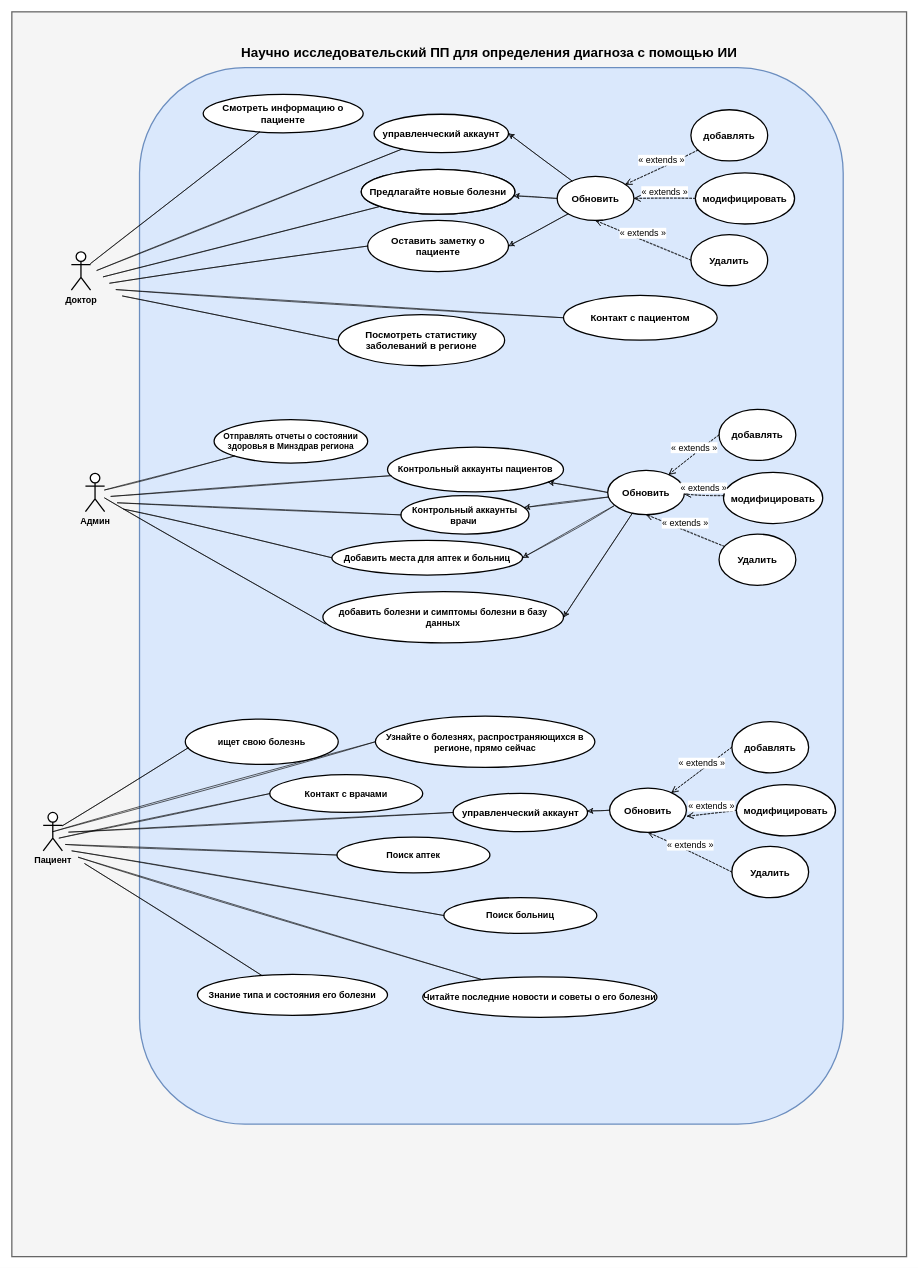
Before: page "Page-1" (1 of 3) of Untitled Diagram.drawio in oussamanech/Git01, a draw.io diagram. Source tidied: cells renumbered, new cells numbered last; positions are measured from the earlier drawing's top-left corner, leaving out a move shared by most shapes. Both pictures are drawn from the tidied source at 64%, with x=0, y=0 at pixel (12, 12).
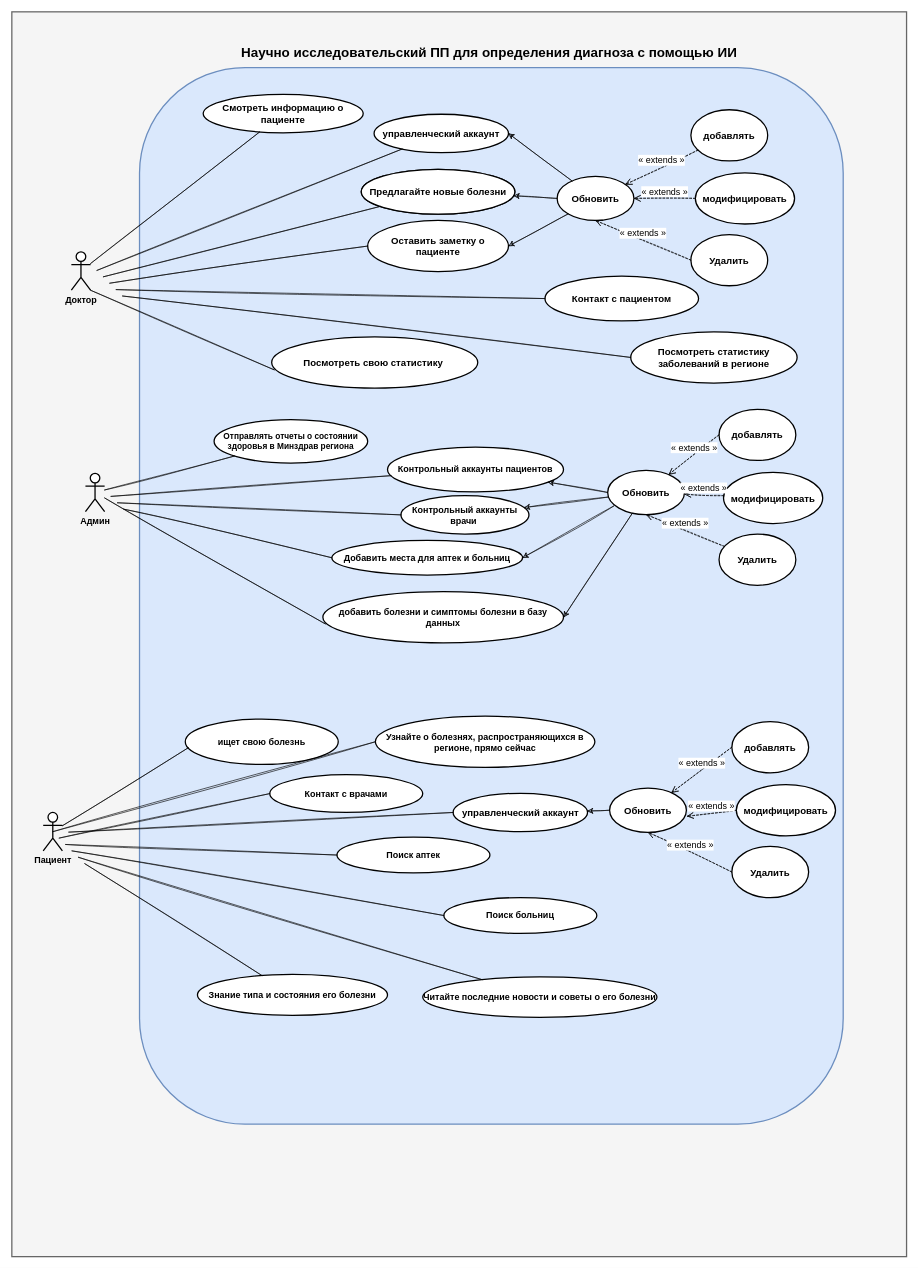
The same diagram, later.

Unchanged cells that the change refers to:
```xml
<mxCell id="5" value="&lt;span style=&quot;font-size: 14px&quot;&gt;&lt;b&gt;Доктор&lt;/b&gt;&lt;/span&gt;" style="shape=umlActor;verticalLabelPosition=bottom;verticalAlign=top;html=1;outlineConnect=0;strokeWidth=2;" parent="1" vertex="1">
  <mxGeometry x="93" y="375" width="30" height="60" as="geometry" />
</mxCell>
```

Change to the diagram source:
```diff
@@
     <mxCell id="7" value="&lt;span style=&quot;font-size: 15px;&quot;&gt;&lt;span style=&quot;font-size: 15px;&quot;&gt;Контакт с пациентом&lt;/span&gt;&lt;/span&gt;" style="ellipse;whiteSpace=wrap;html=1;strokeWidth=2;fontSize=15;fontStyle=1;" parent="1" vertex="1">
-      <mxGeometry x="862" y="443" width="240" height="70" as="geometry" />
+      <mxGeometry x="833" y="413" width="240" height="70" as="geometry" />
     </mxCell>
     <mxCell id="8" value="&lt;span style=&quot;font-size: 15px;&quot;&gt;&lt;span style=&quot;font-size: 15px;&quot;&gt;Посмотреть статистику заболеваний в регионе&lt;/span&gt;&lt;/span&gt;" style="ellipse;whiteSpace=wrap;html=1;strokeWidth=2;fontStyle=1;fontSize=15;" parent="1" vertex="1">
-      <mxGeometry x="510" y="473" width="260" height="80" as="geometry" />
+      <mxGeometry x="967" y="500" width="260" height="80" as="geometry" />
     </mxCell>
@@
+    <mxCell id="76" value="&lt;span style=&quot;font-size: 15px&quot;&gt;&lt;span style=&quot;font-size: 15px&quot;&gt;Посмотреть свою статистику&amp;nbsp;&lt;/span&gt;&lt;/span&gt;" style="ellipse;whiteSpace=wrap;html=1;strokeWidth=2;fontStyle=1;fontSize=15;" parent="1" vertex="1">
+      <mxGeometry x="406" y="508" width="322" height="80" as="geometry" />
+    </mxCell>
+    <mxCell id="77" style="endArrow=none;html=1;rounded=0;sketch=1;fontSize=14;strokeColor=#000000;strokeWidth=1;entryX=0.012;entryY=0.642;entryDx=0;entryDy=0;entryPerimeter=0;exitX=1;exitY=1;exitDx=0;exitDy=0;exitPerimeter=0;" parent="1" edge="1" source="5" target="76">
+      <mxGeometry relative="1" as="geometry" />
+    </mxCell>
```
